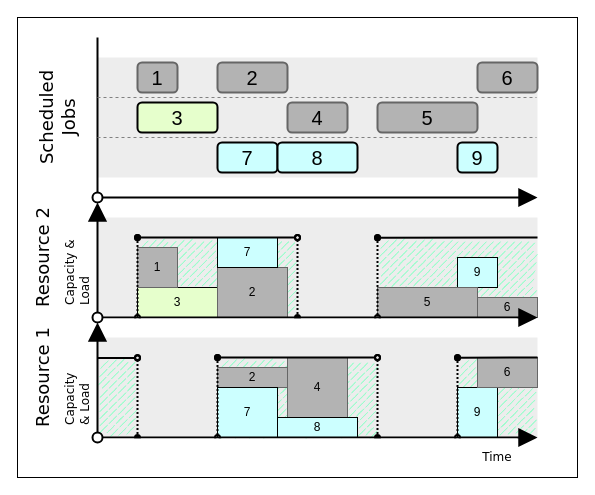
This is page "Schedule-Closure" (3 of 3) of img/source/Schedule.drawio from Krtiiik/Bottleneck-identification-for-constraint-relaxation-in-resource-constrained-project-scheduling, a draw.io file, before an edit. Source tidied: cells renumbered, new cells numbered last; positions are measured from the earlier drawing's top-left corner, leaving out a move shared by most shapes. Both pictures are drawn from the tidied source at 100%, with x=0, y=0 at pixel (17, 17).
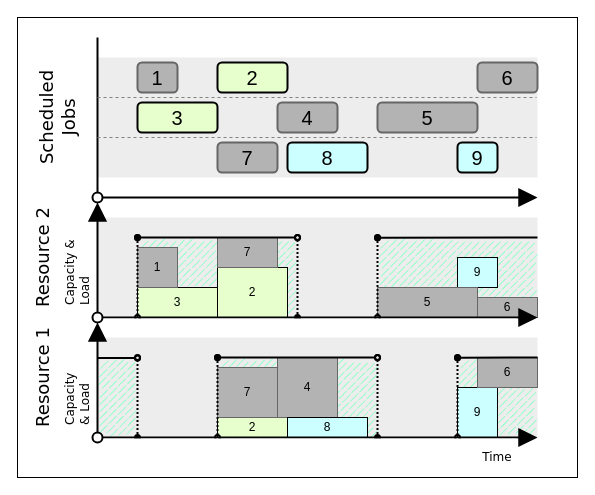
The same diagram, later.

The edit, as a diff of the source:
```diff
@@
-    <mxCell id="12" value="2" style="rounded=0;whiteSpace=wrap;html=1;fillColor=#B3B3B3;strokeColor=#666666;" parent="1" vertex="1">
+    <mxCell id="12" value="2" style="rounded=0;whiteSpace=wrap;html=1;fillColor=#E6FFCC;strokeColor=default;" parent="1" vertex="1">
       <mxGeometry x="200" y="250" width="70" height="50" as="geometry" />
     </mxCell>
-    <mxCell id="13" value="2" style="rounded=0;whiteSpace=wrap;html=1;fillColor=#B3B3B3;strokeColor=#666666;" parent="1" vertex="1">
-      <mxGeometry x="200" y="350" width="70" height="20" as="geometry" />
+    <mxCell id="13" value="2" style="rounded=0;whiteSpace=wrap;html=1;fillColor=#E6FFCC;strokeColor=default;" parent="1" vertex="1">
+      <mxGeometry x="200" y="400" width="70" height="20" as="geometry" />
     </mxCell>
-    <mxCell id="14" value="7" style="rounded=0;whiteSpace=wrap;html=1;fillColor=#CCFFFF;" parent="1" vertex="1">
+    <mxCell id="14" value="7" style="rounded=0;whiteSpace=wrap;html=1;fillColor=#B3B3B3;strokeColor=#666666;" parent="1" vertex="1">
       <mxGeometry x="200" y="220" width="60" height="30" as="geometry" />
     </mxCell>
-    <mxCell id="15" value="7" style="rounded=0;whiteSpace=wrap;html=1;fillColor=#CCFFFF;" parent="1" vertex="1">
-      <mxGeometry x="200" y="370" width="60" height="50" as="geometry" />
+    <mxCell id="15" value="7" style="rounded=0;whiteSpace=wrap;html=1;fillColor=#B3B3B3;strokeColor=#666666;" parent="1" vertex="1">
+      <mxGeometry x="200" y="350" width="60" height="50" as="geometry" />
     </mxCell>
     <mxCell id="16" value="4" style="rounded=0;whiteSpace=wrap;html=1;fillColor=#B3B3B3;strokeColor=#666666;" parent="1" vertex="1">
-      <mxGeometry x="270" y="340" width="60" height="60" as="geometry" />
+      <mxGeometry x="260" y="340" width="60" height="60" as="geometry" />
     </mxCell>
     <mxCell id="17" value="8" style="rounded=0;whiteSpace=wrap;html=1;fillColor=#CCFFFF;" parent="1" vertex="1">
-      <mxGeometry x="260" y="400" width="80" height="20" as="geometry" />
+      <mxGeometry x="270" y="400" width="80" height="20" as="geometry" />
     </mxCell>
@@
-    <mxCell id="32" value="2" style="rounded=1;whiteSpace=wrap;html=1;fontStyle=0;fontSize=20;strokeWidth=2;fillColor=#B3B3B3;strokeColor=#666666;" parent="1" vertex="1">
+    <mxCell id="32" value="2" style="rounded=1;whiteSpace=wrap;html=1;fontStyle=0;fontSize=20;strokeWidth=2;fillColor=#E6FFCC;strokeColor=default;" parent="1" vertex="1">
       <mxGeometry x="200" y="45" width="70" height="30" as="geometry" />
     </mxCell>
@@
     <mxCell id="35" value="4" style="rounded=1;whiteSpace=wrap;html=1;fontStyle=0;fontSize=20;strokeWidth=2;fillColor=#B3B3B3;strokeColor=#666666;" parent="1" vertex="1">
-      <mxGeometry x="270" y="85" width="60" height="30" as="geometry" />
+      <mxGeometry x="260" y="85" width="60" height="30" as="geometry" />
     </mxCell>
@@
-    <mxCell id="37" value="7" style="rounded=1;whiteSpace=wrap;html=1;fontStyle=0;fontSize=20;strokeWidth=2;fillColor=#CCFFFF;" parent="1" vertex="1">
+    <mxCell id="37" value="7" style="rounded=1;whiteSpace=wrap;html=1;fontStyle=0;fontSize=20;strokeWidth=2;fillColor=#B3B3B3;strokeColor=#666666;" parent="1" vertex="1">
       <mxGeometry x="200" y="125" width="60" height="30" as="geometry" />
     </mxCell>
     <mxCell id="38" value="8" style="rounded=1;whiteSpace=wrap;html=1;fontStyle=0;fontSize=20;strokeWidth=2;fillColor=#CCFFFF;" parent="1" vertex="1">
-      <mxGeometry x="260" y="125" width="80" height="30" as="geometry" />
+      <mxGeometry x="270" y="125" width="80" height="30" as="geometry" />
     </mxCell>
```
